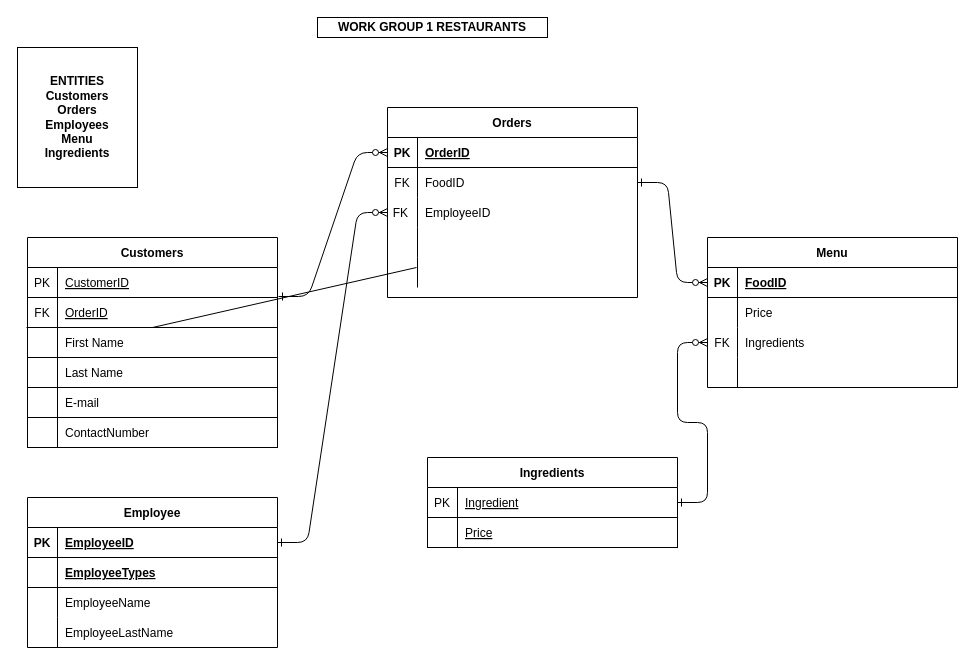
Before: Untitled Diagram.drawio in shahmartian/c268, a draw.io diagram. Source tidied: cells renumbered, new cells numbered last; positions are measured from the earlier drawing's top-left corner, leaving out a move shared by most shapes. Both pictures are drawn from the tidied source at 100%, with x=0, y=0 at pixel (17, 17).
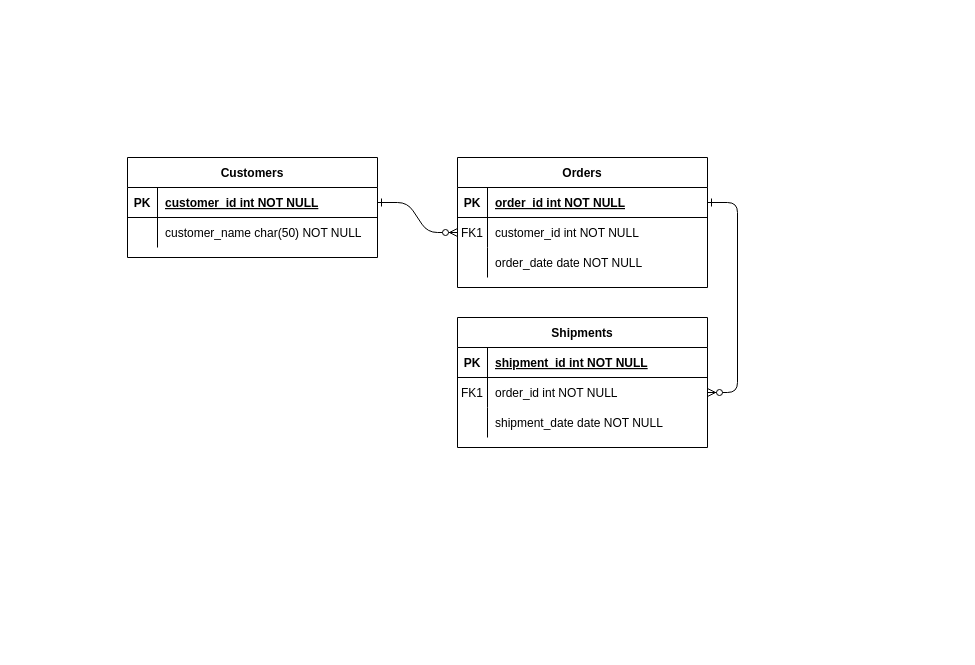
The same page after the edit.

Commit message:
Hotel Activity_BHAVYA SHAH.drawio

Unchanged cells that the change refers to:
```xml
<mxCell id="19" style="shape=partialRectangle;fillColor=none;points=[[0,0.5],[1,0.5]];portConstraint=eastwest;top=0;left=0;right=0;bottom=1;" parent="18" vertex="1">
  <mxGeometry y="30" width="250" height="30" as="geometry" />
</mxCell>
<mxCell id="22" style="shape=partialRectangle;fillColor=none;points=[[0,0.5],[1,0.5]];portConstraint=eastwest;top=0;left=0;right=0;bottom=0;" parent="18" vertex="1">
  <mxGeometry y="60" width="250" height="30" as="geometry" />
</mxCell>
<mxCell id="25" style="shape=partialRectangle;fillColor=none;points=[[0,0.5],[1,0.5]];portConstraint=eastwest;top=0;left=0;right=0;bottom=0;" parent="18" vertex="1">
  <mxGeometry y="90" width="250" height="30" as="geometry" />
</mxCell>
<mxCell id="32" style="shape=partialRectangle;fillColor=none;points=[[0,0.5],[1,0.5]];portConstraint=eastwest;top=0;left=0;right=0;bottom=1;" parent="31" vertex="1">
  <mxGeometry y="30" width="250" height="30" as="geometry" />
</mxCell>
```

Change to the diagram source:
```diff
@@
+    <mxCell id="54" style="edgeStyle=entityRelationEdgeStyle;endArrow=ERzeroToMany;startArrow=ERone;endFill=1;startFill=0;" parent="1" edge="1" source="32" target="6">
+      <mxGeometry relative="1" as="geometry" />
+    </mxCell>
+    <mxCell id="53" style="edgeStyle=entityRelationEdgeStyle;endArrow=ERzeroToMany;startArrow=ERone;endFill=1;startFill=0;" parent="1" edge="1" source="3" target="22">
+      <mxGeometry relative="1" as="geometry" />
+    </mxCell>
-    <mxCell id="2" value="Orders" style="shape=table;startSize=30;childLayout=tableLayout;rowLines=0;fontStyle=1;align=center;strokeColor=#000000;" parent="1" vertex="1">
-      <mxGeometry x="370" y="90" width="250" height="190" as="geometry" />
+    <mxCell id="2" value="Orders" style="shape=table;startSize=30;childLayout=tableLayout;rowLines=0;fontStyle=1;align=center;" parent="1" vertex="1">
+      <mxGeometry x="440" y="140" width="250" height="130" as="geometry" />
     </mxCell>
-    <mxCell id="3" style="shape=partialRectangle;fillColor=none;points=[[0,0.5],[1,0.5]];portConstraint=eastwest;top=0;left=0;right=0;bottom=1;strokeColor=#000000;" parent="2" vertex="1">
+    <mxCell id="3" style="shape=partialRectangle;fillColor=none;points=[[0,0.5],[1,0.5]];portConstraint=eastwest;top=0;left=0;right=0;bottom=1;" parent="2" vertex="1">
       <mxGeometry y="30" width="250" height="30" as="geometry" />
     </mxCell>
-    <mxCell id="4" value="PK" style="shape=partialRectangle;overflow=hidden;fillColor=none;top=0;left=0;bottom=0;right=0;fontStyle=1;strokeColor=#000000;" parent="3" vertex="1">
+    <mxCell id="4" value="PK" style="shape=partialRectangle;overflow=hidden;fillColor=none;top=0;left=0;bottom=0;right=0;fontStyle=1;" parent="3" vertex="1">
       <mxGeometry width="30" height="30" as="geometry" />
     </mxCell>
-    <mxCell id="5" value="OrderID" style="shape=partialRectangle;overflow=hidden;fillColor=none;top=0;left=0;bottom=0;right=0;align=left;spacingLeft=6;fontStyle=5;strokeColor=#000000;" parent="3" vertex="1">
+    <mxCell id="5" value="order_id int NOT NULL " style="shape=partialRectangle;overflow=hidden;fillColor=none;top=0;left=0;bottom=0;right=0;align=left;spacingLeft=6;fontStyle=5;" parent="3" vertex="1">
       <mxGeometry x="30" width="220" height="30" as="geometry" />
     </mxCell>
-    <mxCell id="6" style="shape=partialRectangle;fillColor=none;points=[[0,0.5],[1,0.5]];portConstraint=eastwest;top=0;left=0;right=0;bottom=0;strokeColor=#000000;" parent="2" vertex="1">
+    <mxCell id="6" style="shape=partialRectangle;fillColor=none;points=[[0,0.5],[1,0.5]];portConstraint=eastwest;top=0;left=0;right=0;bottom=0;" parent="2" vertex="1">
       <mxGeometry y="60" width="250" height="30" as="geometry" />
     </mxCell>
-    <mxCell id="7" value="FK" style="shape=partialRectangle;overflow=hidden;fillColor=none;top=0;left=0;bottom=0;right=0;strokeColor=#000000;" parent="6" vertex="1">
+    <mxCell id="7" value="FK1" style="shape=partialRectangle;overflow=hidden;fillColor=none;top=0;left=0;bottom=0;right=0;" parent="6" vertex="1">
       <mxGeometry width="30" height="30" as="geometry" />
     </mxCell>
-    <mxCell id="8" value="FoodID" style="shape=partialRectangle;overflow=hidden;fillColor=none;top=0;left=0;bottom=0;right=0;align=left;spacingLeft=6;strokeColor=#000000;" parent="6" vertex="1">
+    <mxCell id="8" value="customer_id int NOT NULL" style="shape=partialRectangle;overflow=hidden;fillColor=none;top=0;left=0;bottom=0;right=0;align=left;spacingLeft=6;" parent="6" vertex="1">
       <mxGeometry x="30" width="220" height="30" as="geometry" />
     </mxCell>
-    <mxCell id="9" style="shape=partialRectangle;fillColor=none;points=[[0,0.5],[1,0.5]];portConstraint=eastwest;top=0;left=0;right=0;bottom=0;strokeColor=#000000;" parent="2" vertex="1">
-      <mxGeometry y="90" width="250" height="30" as="geometry" />
-    </mxCell>
-    <mxCell id="10" value="FK " style="shape=partialRectangle;overflow=hidden;fillColor=none;top=0;left=0;bottom=0;right=0;strokeColor=#000000;" parent="9" vertex="1">
-      <mxGeometry width="30" height="30" as="geometry" />
-    </mxCell>
-    <mxCell id="11" value="EmployeeID" style="shape=partialRectangle;overflow=hidden;fillColor=none;top=0;left=0;bottom=0;right=0;align=left;spacingLeft=6;strokeColor=#000000;" parent="9" vertex="1">
-      <mxGeometry x="30" width="220" height="30" as="geometry" />
-    </mxCell>
-    <mxCell id="12" style="shape=partialRectangle;fillColor=none;top=0;left=0;right=0;bottom=0;strokeColor=#000000;" parent="2" vertex="1">
-      <mxGeometry y="120" width="250" height="30" as="geometry" />
-    </mxCell>
-    <mxCell id="13" style="shape=partialRectangle;overflow=hidden;fillColor=none;top=0;left=0;bottom=0;right=0;strokeColor=#000000;" parent="12" vertex="1">
-      <mxGeometry width="30" height="30" as="geometry" />
-    </mxCell>
-    <mxCell id="14" style="shape=partialRectangle;overflow=hidden;fillColor=none;top=0;left=0;bottom=0;right=0;align=left;spacingLeft=6;strokeColor=#000000;" parent="12" vertex="1">
-      <mxGeometry x="30" width="220" height="30" as="geometry" />
-    </mxCell>
-    <mxCell id="15" style="shape=partialRectangle;fillColor=none;top=0;left=0;right=0;bottom=0;strokeColor=#000000;" parent="2" vertex="1">
-      <mxGeometry y="150" width="250" height="30" as="geometry" />
+    <mxCell id="15" style="shape=partialRectangle;fillColor=none;top=0;left=0;right=0;bottom=0;" parent="2" vertex="1">
+      <mxGeometry y="90" width="250" height="30" as="geometry" />
     </mxCell>
-    <mxCell id="16" style="shape=partialRectangle;overflow=hidden;fillColor=none;top=0;left=0;bottom=0;right=0;strokeColor=#000000;" parent="15" vertex="1">
+    <mxCell id="16" style="shape=partialRectangle;overflow=hidden;fillColor=none;top=0;left=0;bottom=0;right=0;" parent="15" vertex="1">
       <mxGeometry width="30" height="30" as="geometry" />
     </mxCell>
-    <mxCell id="17" style="shape=partialRectangle;overflow=hidden;fillColor=none;top=0;left=0;bottom=0;right=0;align=left;spacingLeft=6;strokeColor=#000000;" parent="15" vertex="1">
+    <mxCell id="17" value="order_date date NOT NULL" style="shape=partialRectangle;overflow=hidden;fillColor=none;top=0;left=0;bottom=0;right=0;align=left;spacingLeft=6;" parent="15" vertex="1">
       <mxGeometry x="30" width="220" height="30" as="geometry" />
     </mxCell>
-    <mxCell id="18" value="Menu" style="shape=table;startSize=30;childLayout=tableLayout;rowLines=0;fontStyle=1;align=center;" parent="1" vertex="1">
-      <mxGeometry x="690" y="220" width="250" height="150" as="geometry" />
+    <mxCell id="18" value="Shipments" style="shape=table;startSize=30;childLayout=tableLayout;rowLines=0;fontStyle=1;align=center;" parent="1" vertex="1">
+      <mxGeometry x="440" y="300" width="250" height="130" as="geometry" />
     </mxCell>
@@
-    <mxCell id="20" value="PK" style="shape=partialRectangle;overflow=hidden;fillColor=none;top=0;left=0;bottom=0;right=0;fontStyle=1;strokeColor=#000000;" parent="19" vertex="1">
+    <mxCell id="20" value="PK" style="shape=partialRectangle;overflow=hidden;fillColor=none;top=0;left=0;bottom=0;right=0;fontStyle=1;" parent="19" vertex="1">
       <mxGeometry width="30" height="30" as="geometry" />
     </mxCell>
-    <mxCell id="21" value="FoodID" style="shape=partialRectangle;overflow=hidden;fillColor=none;top=0;left=0;bottom=0;right=0;align=left;spacingLeft=6;fontStyle=5;" parent="19" vertex="1">
+    <mxCell id="21" value="shipment_id int NOT NULL " style="shape=partialRectangle;overflow=hidden;fillColor=none;top=0;left=0;bottom=0;right=0;align=left;spacingLeft=6;fontStyle=5;" parent="19" vertex="1">
       <mxGeometry x="30" width="220" height="30" as="geometry" />
     </mxCell>
@@
-    <mxCell id="23" style="shape=partialRectangle;overflow=hidden;fillColor=none;top=0;left=0;bottom=0;right=0;strokeColor=#000000;" parent="22" vertex="1">
+    <mxCell id="23" value="FK1" style="shape=partialRectangle;overflow=hidden;fillColor=none;top=0;left=0;bottom=0;right=0;" parent="22" vertex="1">
       <mxGeometry width="30" height="30" as="geometry" />
     </mxCell>
-    <mxCell id="24" value="Price" style="shape=partialRectangle;overflow=hidden;fillColor=none;top=0;left=0;bottom=0;right=0;align=left;spacingLeft=6;" parent="22" vertex="1">
+    <mxCell id="24" value="order_id int NOT NULL" style="shape=partialRectangle;overflow=hidden;fillColor=none;top=0;left=0;bottom=0;right=0;align=left;spacingLeft=6;" parent="22" vertex="1">
       <mxGeometry x="30" width="220" height="30" as="geometry" />
     </mxCell>
@@
-    <mxCell id="26" value="FK" style="shape=partialRectangle;overflow=hidden;fillColor=none;top=0;left=0;bottom=0;right=0;" parent="25" vertex="1">
+    <mxCell id="26" style="shape=partialRectangle;overflow=hidden;fillColor=none;top=0;left=0;bottom=0;right=0;" parent="25" vertex="1">
       <mxGeometry width="30" height="30" as="geometry" />
     </mxCell>
-    <mxCell id="27" value="Ingredients" style="shape=partialRectangle;overflow=hidden;fillColor=none;top=0;left=0;bottom=0;right=0;align=left;spacingLeft=6;" parent="25" vertex="1">
+    <mxCell id="27" value="shipment_date date NOT NULL" style="shape=partialRectangle;overflow=hidden;fillColor=none;top=0;left=0;bottom=0;right=0;align=left;spacingLeft=6;" parent="25" vertex="1">
       <mxGeometry x="30" width="220" height="30" as="geometry" />
     </mxCell>
-    <mxCell id="28" style="shape=partialRectangle;fillColor=none;top=0;left=0;right=0;bottom=0;" parent="18" vertex="1">
-      <mxGeometry y="120" width="250" height="30" as="geometry" />
-    </mxCell>
-    <mxCell id="29" style="shape=partialRectangle;overflow=hidden;fillColor=none;top=0;left=0;bottom=0;right=0;" parent="28" vertex="1">
-      <mxGeometry width="30" height="30" as="geometry" />
-    </mxCell>
-    <mxCell id="30" style="shape=partialRectangle;overflow=hidden;fillColor=none;top=0;left=0;bottom=0;right=0;align=left;spacingLeft=6;" parent="28" vertex="1">
-      <mxGeometry x="30" width="220" height="30" as="geometry" />
-    </mxCell>
     <mxCell id="31" value="Customers" style="shape=table;startSize=30;childLayout=tableLayout;rowLines=0;fontStyle=1;align=center;" parent="1" vertex="1">
-      <mxGeometry x="10" y="220" width="250" height="210" as="geometry" />
+      <mxGeometry x="110" y="140" width="250" height="100" as="geometry" />
     </mxCell>
@@
-    <mxCell id="33" value="PK" style="shape=partialRectangle;overflow=hidden;fillColor=none;top=0;left=0;bottom=0;right=0;fontStyle=0;" parent="32" vertex="1">
+    <mxCell id="33" value="PK" style="shape=partialRectangle;overflow=hidden;fillColor=none;top=0;left=0;bottom=0;right=0;fontStyle=1;" parent="32" vertex="1">
       <mxGeometry width="30" height="30" as="geometry" />
     </mxCell>
-    <mxCell id="34" value="CustomerID" style="shape=partialRectangle;overflow=hidden;fillColor=none;top=0;left=0;bottom=0;right=0;align=left;spacingLeft=6;fontStyle=4;" parent="32" vertex="1">
+    <mxCell id="34" value="customer_id int NOT NULL " style="shape=partialRectangle;overflow=hidden;fillColor=none;top=0;left=0;bottom=0;right=0;align=left;spacingLeft=6;fontStyle=5;" parent="32" vertex="1">
       <mxGeometry x="30" width="220" height="30" as="geometry" />
     </mxCell>
-    <mxCell id="35" style="shape=partialRectangle;fillColor=none;top=0;left=0;right=0;bottom=1;fontStyle=0;" parent="31" vertex="1">
-      <mxGeometry y="60" width="250" height="30" as="geometry" />
-    </mxCell>
-    <mxCell id="36" value="FK" style="shape=partialRectangle;overflow=hidden;fillColor=none;top=0;left=0;bottom=0;right=0;fontStyle=0;" parent="35" vertex="1">
-      <mxGeometry width="30" height="30" as="geometry" />
-    </mxCell>
-    <mxCell id="37" value="OrderID" style="shape=partialRectangle;overflow=hidden;fillColor=none;top=0;left=0;bottom=0;right=0;align=left;spacingLeft=6;fontStyle=4;" parent="35" vertex="1">
-      <mxGeometry x="30" width="220" height="30" as="geometry" />
-    </mxCell>
-    <mxCell id="38" style="shape=partialRectangle;fillColor=none;top=0;left=0;right=0;bottom=1;fontStyle=0;" parent="31" vertex="1">
-      <mxGeometry y="90" width="250" height="30" as="geometry" />
-    </mxCell>
-    <mxCell id="39" style="shape=partialRectangle;overflow=hidden;fillColor=none;top=0;left=0;bottom=0;right=0;fontStyle=0;" parent="38" vertex="1">
-      <mxGeometry width="30" height="30" as="geometry" />
-    </mxCell>
-    <mxCell id="40" value="First Name" style="shape=partialRectangle;overflow=hidden;fillColor=none;top=0;left=0;bottom=0;right=0;align=left;spacingLeft=6;fontStyle=0;" parent="38" vertex="1">
-      <mxGeometry x="30" width="220" height="30" as="geometry" />
-    </mxCell>
-    <mxCell id="41" style="shape=partialRectangle;fillColor=none;top=0;left=0;right=0;bottom=1;fontStyle=0;" parent="31" vertex="1">
-      <mxGeometry y="120" width="250" height="30" as="geometry" />
-    </mxCell>
-    <mxCell id="42" style="shape=partialRectangle;overflow=hidden;fillColor=none;top=0;left=0;bottom=0;right=0;fontStyle=0;" parent="41" vertex="1">
-      <mxGeometry width="30" height="30" as="geometry" />
-    </mxCell>
-    <mxCell id="43" value="Last Name" style="shape=partialRectangle;overflow=hidden;fillColor=none;top=0;left=0;bottom=0;right=0;align=left;spacingLeft=6;fontStyle=0;" parent="41" vertex="1">
-      <mxGeometry x="30" width="220" height="30" as="geometry" />
-    </mxCell>
-    <mxCell id="44" style="shape=partialRectangle;fillColor=none;top=0;left=0;right=0;bottom=1;fontStyle=0;" parent="31" vertex="1">
-      <mxGeometry y="150" width="250" height="30" as="geometry" />
-    </mxCell>
-    <mxCell id="45" style="shape=partialRectangle;overflow=hidden;fillColor=none;top=0;left=0;bottom=0;right=0;fontStyle=0;" parent="44" vertex="1">
-      <mxGeometry width="30" height="30" as="geometry" />
-    </mxCell>
-    <mxCell id="46" value="E-mail" style="shape=partialRectangle;overflow=hidden;fillColor=none;top=0;left=0;bottom=0;right=0;align=left;spacingLeft=6;fontStyle=0;" parent="44" vertex="1">
-      <mxGeometry x="30" width="220" height="30" as="geometry" />
-    </mxCell>
-    <mxCell id="47" style="shape=partialRectangle;fillColor=none;top=0;left=0;right=0;bottom=1;fontStyle=0;" parent="31" vertex="1">
-      <mxGeometry y="180" width="250" height="30" as="geometry" />
-    </mxCell>
-    <mxCell id="48" style="shape=partialRectangle;overflow=hidden;fillColor=none;top=0;left=0;bottom=0;right=0;fontStyle=0;" parent="47" vertex="1">
-      <mxGeometry width="30" height="30" as="geometry" />
-    </mxCell>
-    <mxCell id="49" value="ContactNumber" style="shape=partialRectangle;overflow=hidden;fillColor=none;top=0;left=0;bottom=0;right=0;align=left;spacingLeft=6;fontStyle=0;" parent="47" vertex="1">
-      <mxGeometry x="30" width="220" height="30" as="geometry" />
-    </mxCell>
-    <mxCell id="50" style="endArrow=none;html=1;rounded=0;entryX=1.02;entryY=1;entryDx=0;entryDy=0;entryPerimeter=0;" parent="31" edge="1">
-      <mxGeometry relative="1" as="geometry">
-        <mxPoint x="-1" y="90" as="sourcePoint" />
-        <mxPoint x="389" y="30" as="targetPoint" />
-        <Array as="points">
-          <mxPoint x="125" y="90" />
-        </Array>
-      </mxGeometry>
-    </mxCell>
-    <mxCell id="51" value="WORK GROUP 1 RESTAURANTS" style="rounded=0;whiteSpace=wrap;html=1;fontStyle=1;" parent="1" vertex="1">
-      <mxGeometry x="300" width="230" height="20" as="geometry" />
-    </mxCell>
-    <mxCell id="52" value="ENTITIES&lt;br&gt;Customers&lt;br&gt;Orders&lt;br&gt;Employees&lt;br&gt;Menu&lt;br&gt;Ingredients" style="rounded=0;whiteSpace=wrap;html=1;fontStyle=1;" parent="1" vertex="1">
-      <mxGeometry y="30" width="120" height="140" as="geometry" />
-    </mxCell>
-    <mxCell id="53" style="edgeStyle=entityRelationEdgeStyle;endArrow=ERzeroToMany;startArrow=ERone;endFill=1;startFill=0;exitX=1;exitY=0.5;exitDx=0;exitDy=0;entryX=0;entryY=0.5;entryDx=0;entryDy=0;" parent="1" edge="1" source="6" target="19">
-      <mxGeometry relative="1" as="geometry">
-        <Array as="points">
-          <mxPoint x="800" y="260" />
-        </Array>
-      </mxGeometry>
-    </mxCell>
-    <mxCell id="54" style="edgeStyle=entityRelationEdgeStyle;endArrow=ERzeroToMany;startArrow=ERone;endFill=1;startFill=0;exitX=1.004;exitY=0.967;exitDx=0;exitDy=0;entryX=0;entryY=0.5;entryDx=0;entryDy=0;exitPerimeter=0;" parent="1" edge="1" source="32" target="3">
-      <mxGeometry relative="1" as="geometry" />
-    </mxCell>
-    <mxCell id="55" value="Ingredients" style="shape=table;startSize=30;childLayout=tableLayout;rowLines=0;fontStyle=1;align=center;" parent="1" vertex="1">
-      <mxGeometry x="410" y="440" width="250" height="90" as="geometry" />
-    </mxCell>
-    <mxCell id="56" style="shape=partialRectangle;fillColor=none;points=[[0,0.5],[1,0.5]];portConstraint=eastwest;top=0;left=0;right=0;bottom=1;" parent="55" vertex="1">
-      <mxGeometry y="30" width="250" height="30" as="geometry" />
-    </mxCell>
-    <mxCell id="57" value="PK" style="shape=partialRectangle;overflow=hidden;fillColor=none;top=0;left=0;bottom=0;right=0;fontStyle=0;" parent="56" vertex="1">
-      <mxGeometry width="30" height="30" as="geometry" />
-    </mxCell>
-    <mxCell id="58" value="Ingredient" style="shape=partialRectangle;overflow=hidden;fillColor=none;top=0;left=0;bottom=0;right=0;align=left;spacingLeft=6;fontStyle=4;" parent="56" vertex="1">
-      <mxGeometry x="30" width="220" height="30" as="geometry" />
-    </mxCell>
-    <mxCell id="59" style="shape=partialRectangle;fillColor=none;top=0;left=0;right=0;bottom=1;fontStyle=0;" parent="55" vertex="1">
-      <mxGeometry y="60" width="250" height="30" as="geometry" />
-    </mxCell>
-    <mxCell id="60" style="shape=partialRectangle;overflow=hidden;fillColor=none;top=0;left=0;bottom=0;right=0;fontStyle=0;" parent="59" vertex="1">
-      <mxGeometry width="30" height="30" as="geometry" />
-    </mxCell>
-    <mxCell id="61" value="Price" style="shape=partialRectangle;overflow=hidden;fillColor=none;top=0;left=0;bottom=0;right=0;align=left;spacingLeft=6;fontStyle=4;" parent="59" vertex="1">
-      <mxGeometry x="30" width="220" height="30" as="geometry" />
-    </mxCell>
-    <mxCell id="62" value="Employee" style="shape=table;startSize=30;childLayout=tableLayout;rowLines=0;fontStyle=1;align=center;" parent="1" vertex="1">
-      <mxGeometry x="10" y="480" width="250" height="150" as="geometry" />
-    </mxCell>
-    <mxCell id="63" style="shape=partialRectangle;fillColor=none;points=[[0,0.5],[1,0.5]];portConstraint=eastwest;top=0;left=0;right=0;bottom=1;" parent="62" vertex="1">
-      <mxGeometry y="30" width="250" height="30" as="geometry" />
-    </mxCell>
-    <mxCell id="64" value="PK" style="shape=partialRectangle;overflow=hidden;fillColor=none;top=0;left=0;bottom=0;right=0;fontStyle=1;strokeColor=#000000;" parent="63" vertex="1">
-      <mxGeometry width="30" height="30" as="geometry" />
-    </mxCell>
-    <mxCell id="65" value="EmployeeID" style="shape=partialRectangle;overflow=hidden;fillColor=none;top=0;left=0;bottom=0;right=0;align=left;spacingLeft=6;fontStyle=5;" parent="63" vertex="1">
-      <mxGeometry x="30" width="220" height="30" as="geometry" />
-    </mxCell>
-    <mxCell id="66" style="shape=partialRectangle;fillColor=none;top=0;left=0;right=0;bottom=1;" parent="62" vertex="1">
-      <mxGeometry y="60" width="250" height="30" as="geometry" />
-    </mxCell>
-    <mxCell id="67" style="shape=partialRectangle;overflow=hidden;fillColor=none;top=0;left=0;bottom=0;right=0;fontStyle=1;strokeColor=#000000;" parent="66" vertex="1">
-      <mxGeometry width="30" height="30" as="geometry" />
-    </mxCell>
-    <mxCell id="68" value="EmployeeTypes" style="shape=partialRectangle;overflow=hidden;fillColor=none;top=0;left=0;bottom=0;right=0;align=left;spacingLeft=6;fontStyle=5;" parent="66" vertex="1">
-      <mxGeometry x="30" width="220" height="30" as="geometry" />
-    </mxCell>
-    <mxCell id="69" style="shape=partialRectangle;fillColor=none;top=0;left=0;right=0;bottom=0;" parent="62" vertex="1">
-      <mxGeometry y="90" width="250" height="30" as="geometry" />
-    </mxCell>
-    <mxCell id="70" style="shape=partialRectangle;overflow=hidden;fillColor=none;top=0;left=0;bottom=0;right=0;strokeColor=#000000;" parent="69" vertex="1">
-      <mxGeometry width="30" height="30" as="geometry" />
-    </mxCell>
-    <mxCell id="71" value="EmployeeName" style="shape=partialRectangle;overflow=hidden;fillColor=none;top=0;left=0;bottom=0;right=0;align=left;spacingLeft=6;" parent="69" vertex="1">
-      <mxGeometry x="30" width="220" height="30" as="geometry" />
-    </mxCell>
-    <mxCell id="72" style="shape=partialRectangle;fillColor=none;top=0;left=0;right=0;bottom=0;" parent="62" vertex="1">
-      <mxGeometry y="120" width="250" height="30" as="geometry" />
-    </mxCell>
-    <mxCell id="73" style="shape=partialRectangle;overflow=hidden;fillColor=none;top=0;left=0;bottom=0;right=0;" parent="72" vertex="1">
-      <mxGeometry width="30" height="30" as="geometry" />
-    </mxCell>
-    <mxCell id="74" value="EmployeeLastName" style="shape=partialRectangle;overflow=hidden;fillColor=none;top=0;left=0;bottom=0;right=0;align=left;spacingLeft=6;" parent="72" vertex="1">
-      <mxGeometry x="30" width="220" height="30" as="geometry" />
-    </mxCell>
-    <mxCell id="75" style="edgeStyle=entityRelationEdgeStyle;endArrow=ERzeroToMany;startArrow=ERone;endFill=1;startFill=0;exitX=1;exitY=0.5;exitDx=0;exitDy=0;entryX=0;entryY=0.5;entryDx=0;entryDy=0;" parent="1" edge="1" source="63" target="9">
-      <mxGeometry relative="1" as="geometry" />
-    </mxCell>
-    <mxCell id="76" style="edgeStyle=entityRelationEdgeStyle;endArrow=ERzeroToMany;startArrow=ERone;endFill=1;startFill=0;exitX=1;exitY=0.5;exitDx=0;exitDy=0;entryX=0;entryY=0.5;entryDx=0;entryDy=0;" parent="1" edge="1" source="56" target="25">
-      <mxGeometry relative="1" as="geometry">
-        <Array as="points">
-          <mxPoint x="870" y="505" />
-        </Array>
-      </mxGeometry>
-    </mxCell>
+    <mxCell id="77" style="shape=partialRectangle;fillColor=none;top=0;left=0;right=0;bottom=0;" parent="31" vertex="1">
+      <mxGeometry y="60" width="250" height="30" as="geometry" />
+    </mxCell>
+    <mxCell id="78" style="shape=partialRectangle;overflow=hidden;fillColor=none;top=0;left=0;bottom=0;right=0;" parent="77" vertex="1">
+      <mxGeometry width="30" height="30" as="geometry" />
+    </mxCell>
+    <mxCell id="79" value="customer_name char(50) NOT NULL" style="shape=partialRectangle;overflow=hidden;fillColor=none;top=0;left=0;bottom=0;right=0;align=left;spacingLeft=6;" parent="77" vertex="1">
+      <mxGeometry x="30" width="220" height="30" as="geometry" />
+    </mxCell>
```
